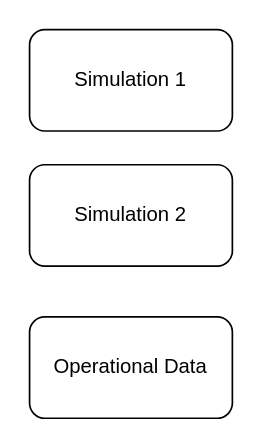
Above: page "Page-5" (5 of 5) of NCME_CPA.drawio in qipengchen/draw_io (draw.io), before the change. Source tidied: cells renumbered, new cells numbered last; positions are measured from the earlier drawing's top-left corner, leaving out a move shared by most shapes. Both pictures are drawn from the tidied source at 169%, with x=0, y=0 at pixel (29, 29).
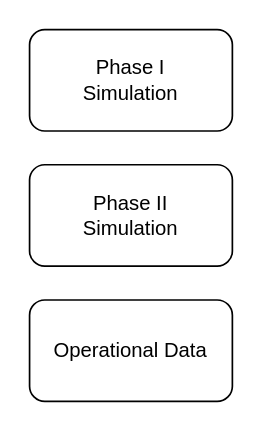
After the change.

Change to the diagram source:
```diff
@@
 <mxGraphModel>
   <root>
     <mxCell id="0" />
     <mxCell id="1" parent="0" />
-    <mxCell id="2" value="Simulation 1" style="rounded=1;whiteSpace=wrap;html=1;" parent="1" vertex="1">
+    <mxCell id="2" value="Phase I&lt;br&gt;Simulation" style="rounded=1;whiteSpace=wrap;html=1;" parent="1" vertex="1">
       <mxGeometry width="120" height="60" as="geometry" />
     </mxCell>
-    <mxCell id="3" value="Simulation 2" style="rounded=1;whiteSpace=wrap;html=1;" parent="1" vertex="1">
+    <mxCell id="3" value="Phase II&lt;br&gt;Simulation" style="rounded=1;whiteSpace=wrap;html=1;" parent="1" vertex="1">
       <mxGeometry y="80" width="120" height="60" as="geometry" />
     </mxCell>
     <mxCell id="4" value="Operational Data" style="rounded=1;whiteSpace=wrap;html=1;" parent="1" vertex="1">
-      <mxGeometry y="170" width="120" height="60" as="geometry" />
+      <mxGeometry y="160" width="120" height="60" as="geometry" />
     </mxCell>
   </root>
 </mxGraphModel>
```
